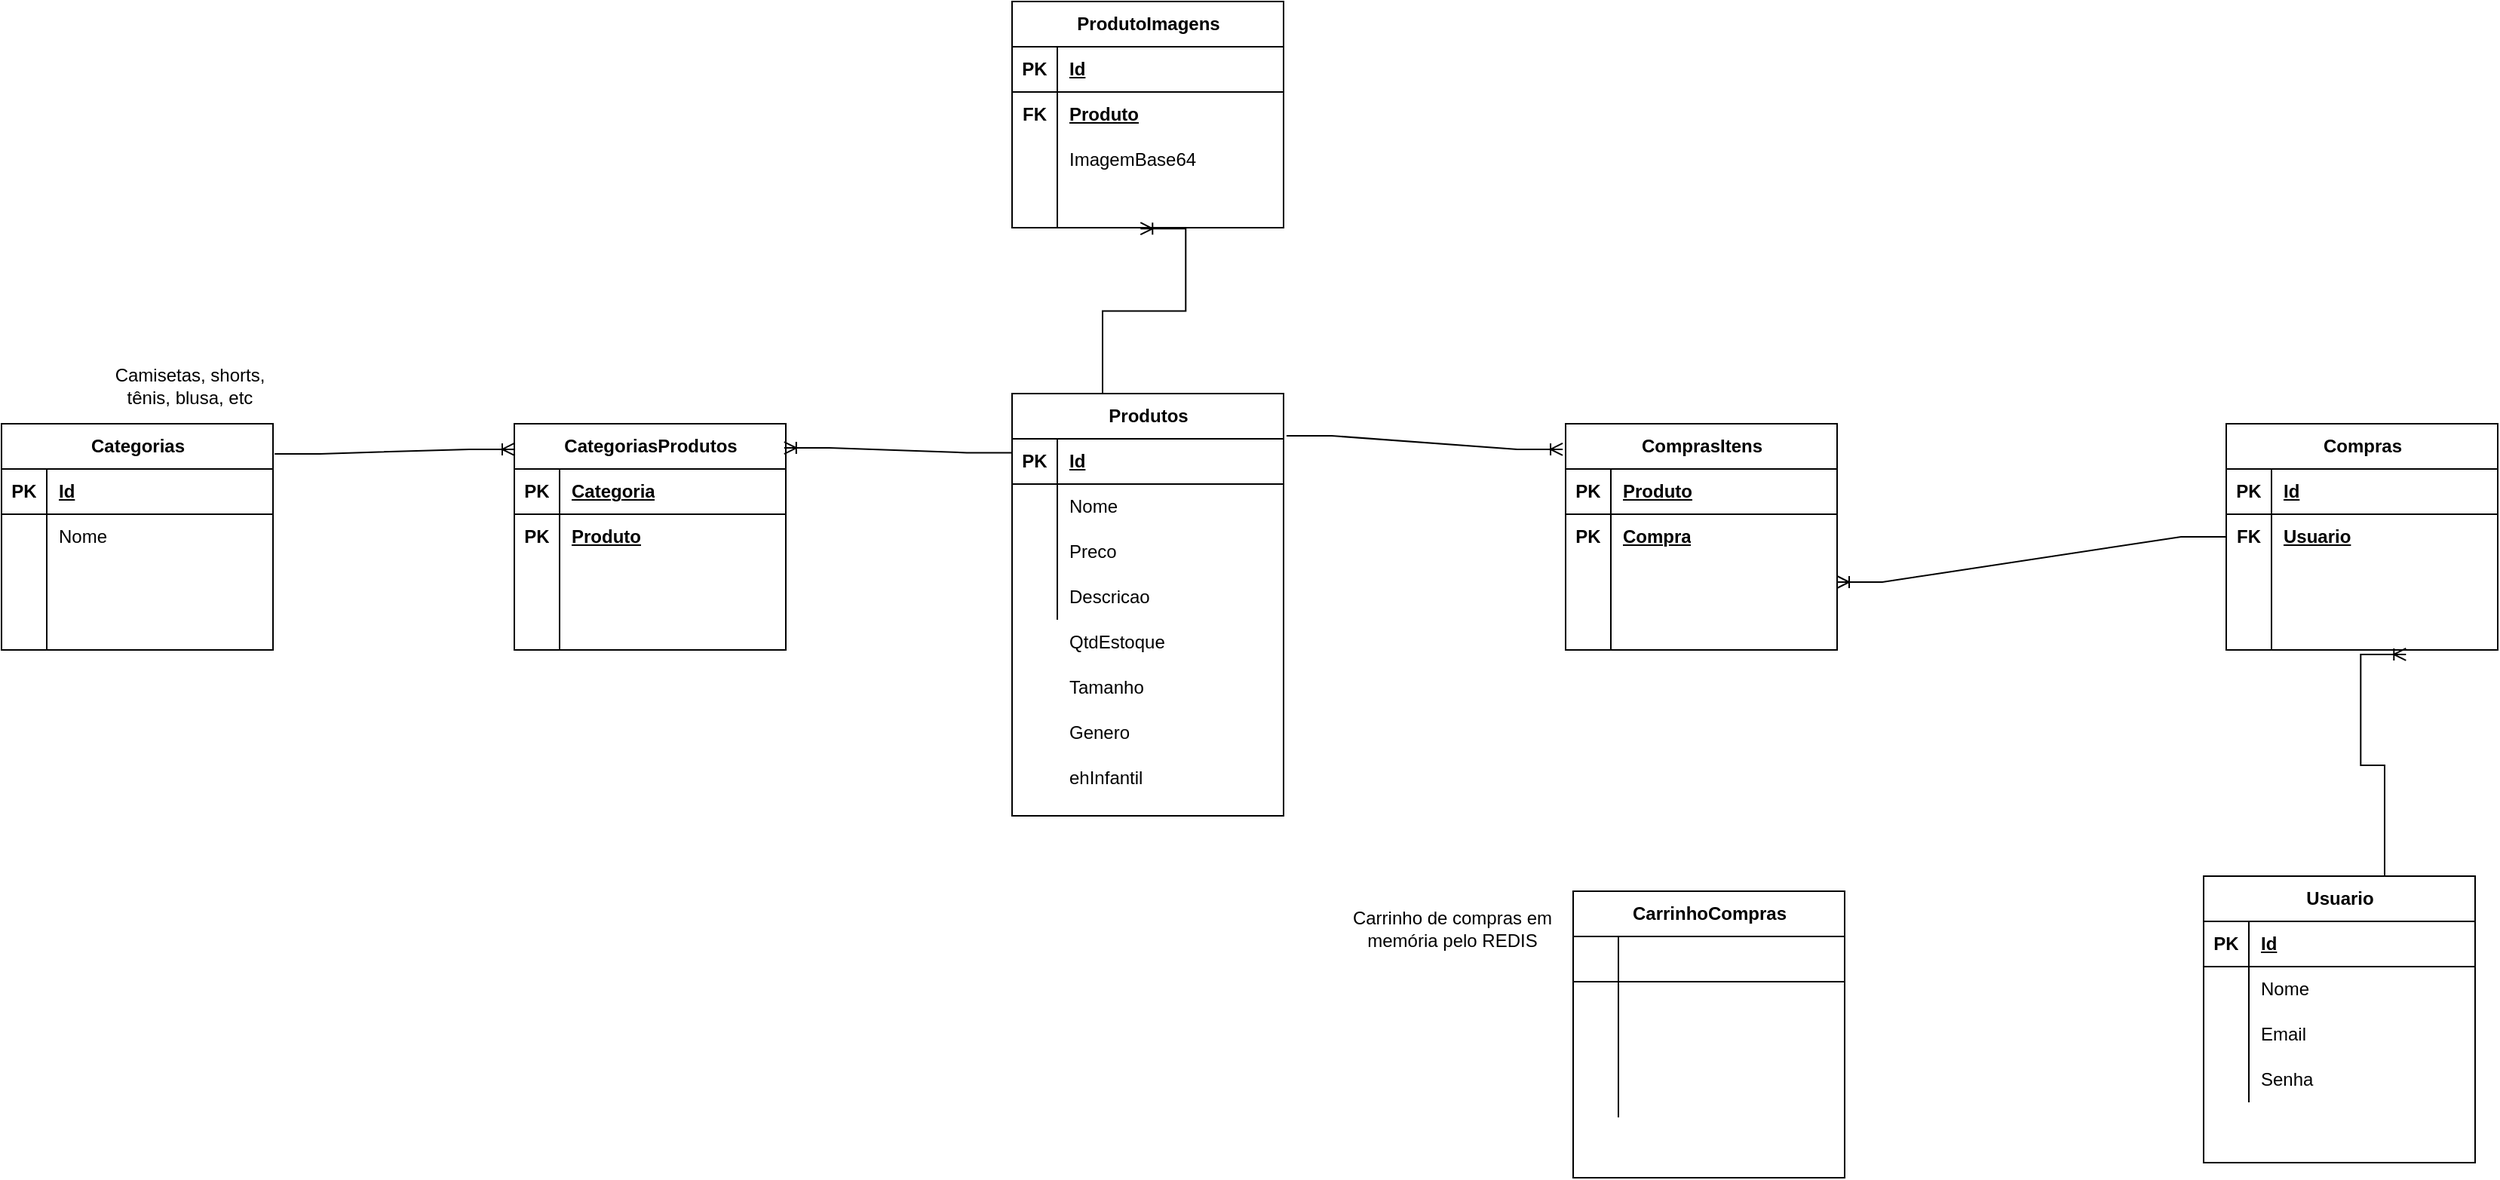
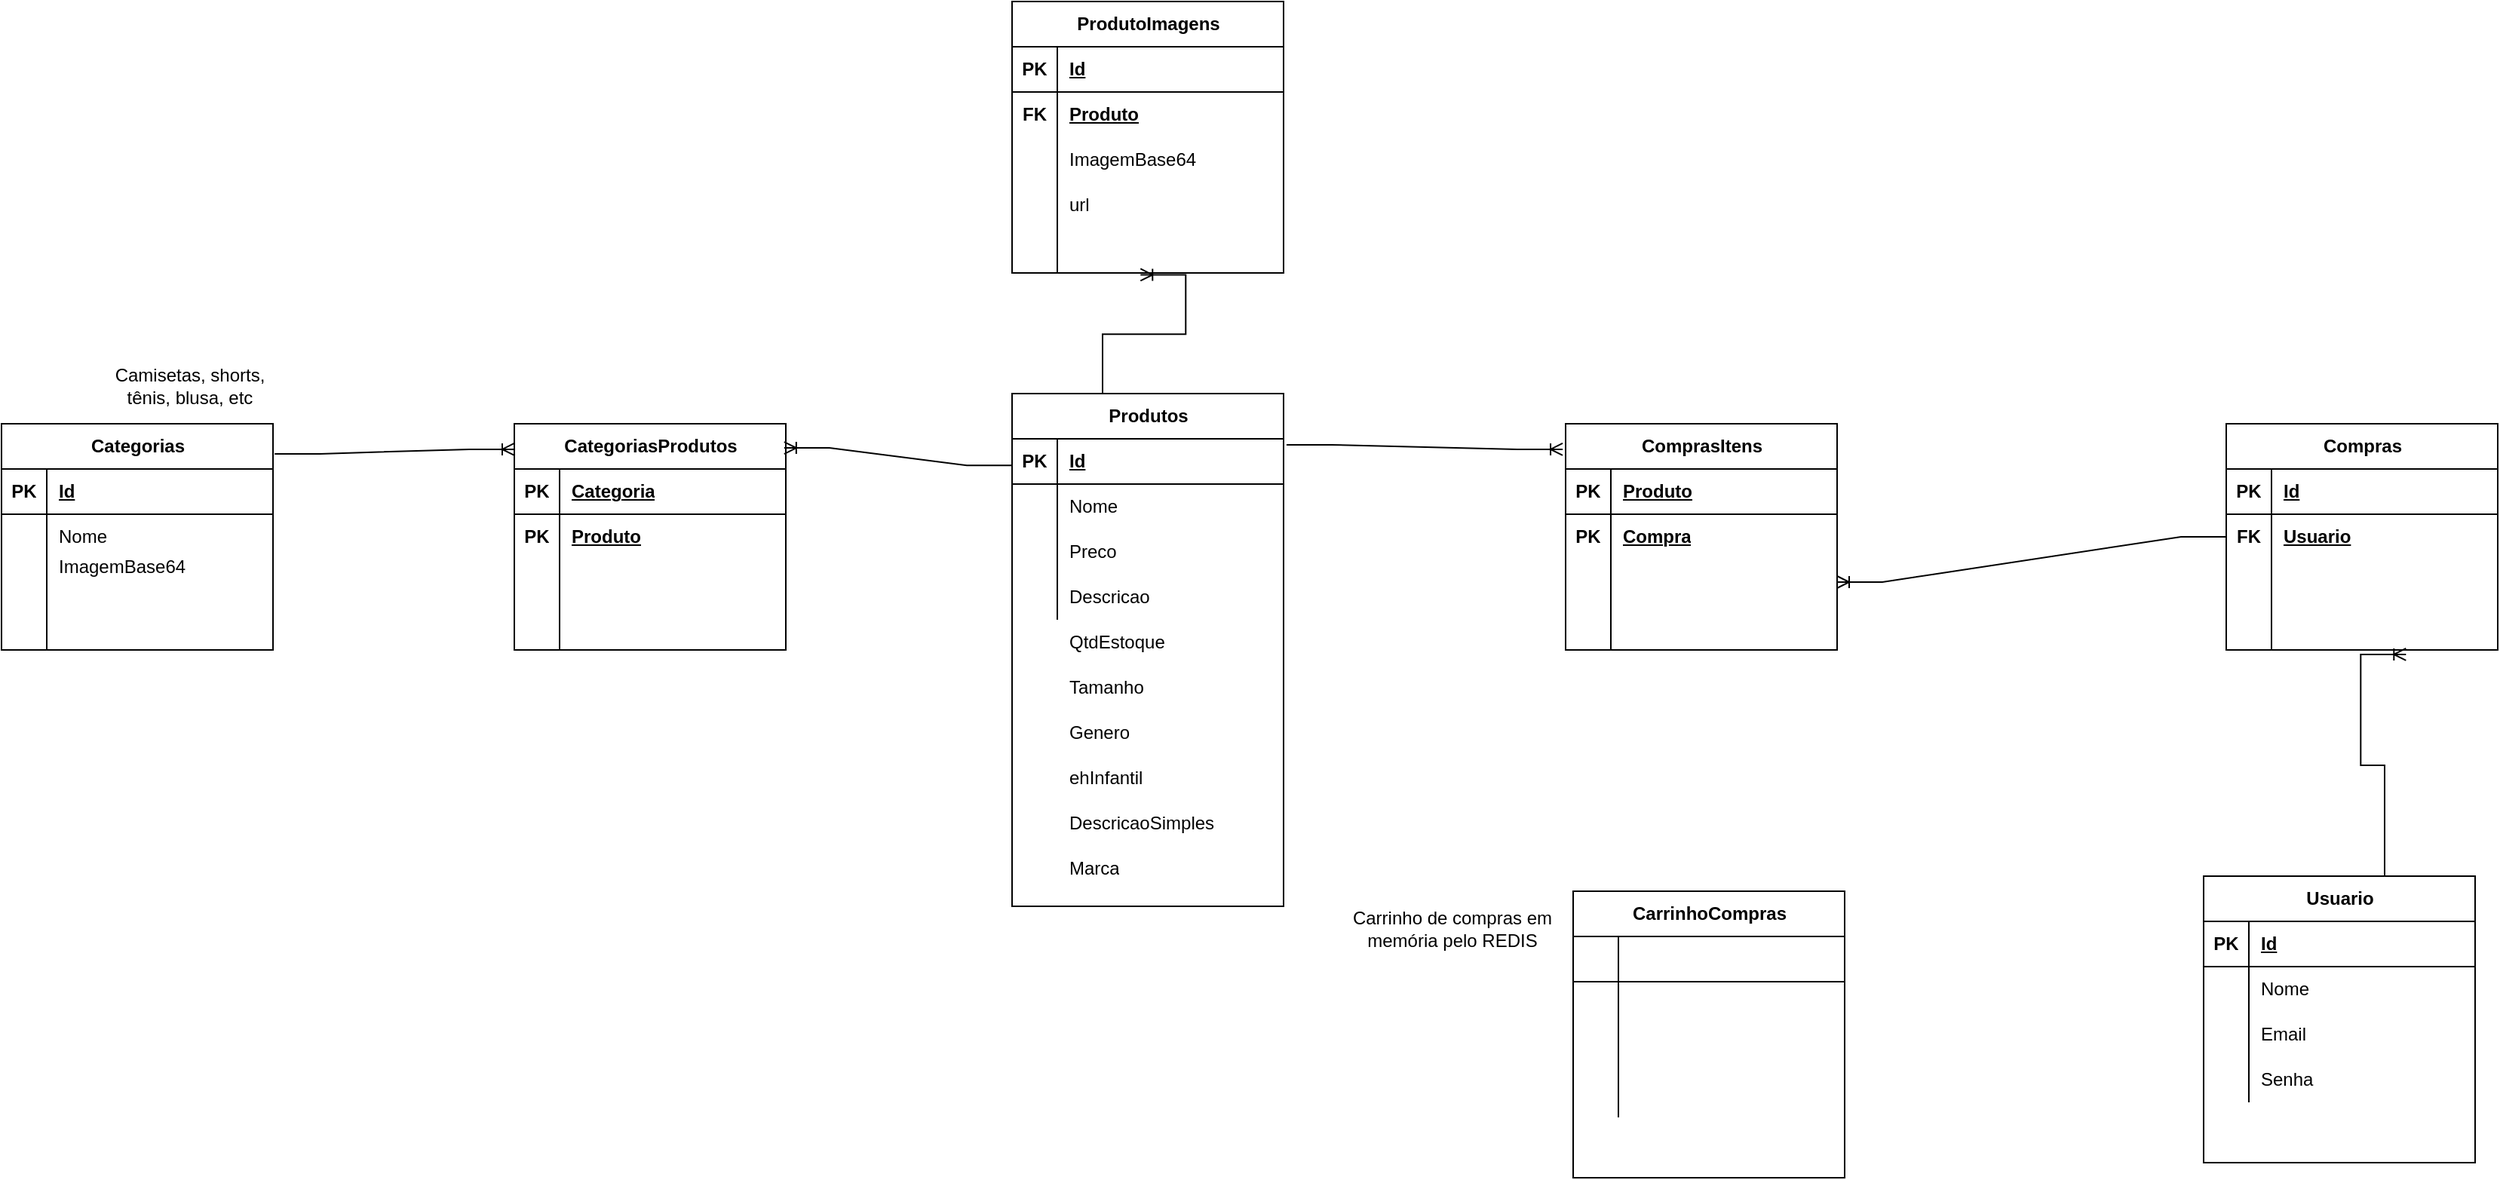
<mxfile host="Electron" agent="Mozilla/5.0 (Windows NT 10.0; Win64; x64) AppleWebKit/537.36 (KHTML, like Gecko) draw.io/27.0.9 Chrome/134.0.6998.205 Electron/35.4.0 Safari/537.36" version="27.0.9">
  <diagram name="Página-1" id="Ui7Bwch2JGEr9qUNOwo4">
-     <mxGraphModel dx="1974" dy="913" grid="1" gridSize="10" guides="1" tooltips="1" connect="1" arrows="1" fold="1" page="1" pageScale="1" pageWidth="827" pageHeight="1169" math="0" shadow="0">
+     <mxGraphModel dx="1917" dy="867" grid="1" gridSize="10" guides="1" tooltips="1" connect="1" arrows="1" fold="1" page="1" pageScale="1" pageWidth="827" pageHeight="1169" math="0" shadow="0">
      <root>
        <mxCell id="0" />
        <mxCell id="1" parent="0" />
        <mxCell id="u1fod5ni-31I_dp44Pcm-1" value="Produtos" style="shape=table;startSize=30;container=1;collapsible=1;childLayout=tableLayout;fixedRows=1;rowLines=0;fontStyle=1;align=center;resizeLast=1;html=1;" parent="1" vertex="1">
-           <mxGeometry x="280" y="340" width="180" height="280" as="geometry" />
+           <mxGeometry x="280" y="340" width="180" height="340" as="geometry" />
        </mxCell>
        <mxCell id="u1fod5ni-31I_dp44Pcm-2" value="" style="shape=tableRow;horizontal=0;startSize=0;swimlaneHead=0;swimlaneBody=0;fillColor=none;collapsible=0;dropTarget=0;points=[[0,0.5],[1,0.5]];portConstraint=eastwest;top=0;left=0;right=0;bottom=1;" parent="u1fod5ni-31I_dp44Pcm-1" vertex="1">
          <mxGeometry y="30" width="180" height="30" as="geometry" />
        </mxCell>
        <mxCell id="u1fod5ni-31I_dp44Pcm-3" value="PK" style="shape=partialRectangle;connectable=0;fillColor=none;top=0;left=0;bottom=0;right=0;fontStyle=1;overflow=hidden;whiteSpace=wrap;html=1;" parent="u1fod5ni-31I_dp44Pcm-2" vertex="1">
          <mxGeometry width="30" height="30" as="geometry">
            <mxRectangle width="30" height="30" as="alternateBounds" />
          </mxGeometry>
        </mxCell>
        <mxCell id="u1fod5ni-31I_dp44Pcm-4" value="Id" style="shape=partialRectangle;connectable=0;fillColor=none;top=0;left=0;bottom=0;right=0;align=left;spacingLeft=6;fontStyle=5;overflow=hidden;whiteSpace=wrap;html=1;" parent="u1fod5ni-31I_dp44Pcm-2" vertex="1">
          <mxGeometry x="30" width="150" height="30" as="geometry">
            <mxRectangle width="150" height="30" as="alternateBounds" />
          </mxGeometry>
        </mxCell>
        <mxCell id="u1fod5ni-31I_dp44Pcm-5" value="" style="shape=tableRow;horizontal=0;startSize=0;swimlaneHead=0;swimlaneBody=0;fillColor=none;collapsible=0;dropTarget=0;points=[[0,0.5],[1,0.5]];portConstraint=eastwest;top=0;left=0;right=0;bottom=0;" parent="u1fod5ni-31I_dp44Pcm-1" vertex="1">
          <mxGeometry y="60" width="180" height="30" as="geometry" />
        </mxCell>
        <mxCell id="u1fod5ni-31I_dp44Pcm-6" value="" style="shape=partialRectangle;connectable=0;fillColor=none;top=0;left=0;bottom=0;right=0;editable=1;overflow=hidden;whiteSpace=wrap;html=1;" parent="u1fod5ni-31I_dp44Pcm-5" vertex="1">
          <mxGeometry width="30" height="30" as="geometry">
            <mxRectangle width="30" height="30" as="alternateBounds" />
          </mxGeometry>
        </mxCell>
        <mxCell id="u1fod5ni-31I_dp44Pcm-7" value="Nome" style="shape=partialRectangle;connectable=0;fillColor=none;top=0;left=0;bottom=0;right=0;align=left;spacingLeft=6;overflow=hidden;whiteSpace=wrap;html=1;" parent="u1fod5ni-31I_dp44Pcm-5" vertex="1">
          <mxGeometry x="30" width="150" height="30" as="geometry">
            <mxRectangle width="150" height="30" as="alternateBounds" />
          </mxGeometry>
        </mxCell>
        <mxCell id="u1fod5ni-31I_dp44Pcm-8" value="" style="shape=tableRow;horizontal=0;startSize=0;swimlaneHead=0;swimlaneBody=0;fillColor=none;collapsible=0;dropTarget=0;points=[[0,0.5],[1,0.5]];portConstraint=eastwest;top=0;left=0;right=0;bottom=0;" parent="u1fod5ni-31I_dp44Pcm-1" vertex="1">
          <mxGeometry y="90" width="180" height="30" as="geometry" />
        </mxCell>
        <mxCell id="u1fod5ni-31I_dp44Pcm-9" value="" style="shape=partialRectangle;connectable=0;fillColor=none;top=0;left=0;bottom=0;right=0;editable=1;overflow=hidden;whiteSpace=wrap;html=1;" parent="u1fod5ni-31I_dp44Pcm-8" vertex="1">
          <mxGeometry width="30" height="30" as="geometry">
            <mxRectangle width="30" height="30" as="alternateBounds" />
          </mxGeometry>
        </mxCell>
        <mxCell id="u1fod5ni-31I_dp44Pcm-10" value="" style="shape=partialRectangle;connectable=0;fillColor=none;top=0;left=0;bottom=0;right=0;align=left;spacingLeft=6;overflow=hidden;whiteSpace=wrap;html=1;" parent="u1fod5ni-31I_dp44Pcm-8" vertex="1">
          <mxGeometry x="30" width="150" height="30" as="geometry">
            <mxRectangle width="150" height="30" as="alternateBounds" />
          </mxGeometry>
        </mxCell>
        <mxCell id="u1fod5ni-31I_dp44Pcm-11" value="" style="shape=tableRow;horizontal=0;startSize=0;swimlaneHead=0;swimlaneBody=0;fillColor=none;collapsible=0;dropTarget=0;points=[[0,0.5],[1,0.5]];portConstraint=eastwest;top=0;left=0;right=0;bottom=0;" parent="u1fod5ni-31I_dp44Pcm-1" vertex="1">
          <mxGeometry y="120" width="180" height="30" as="geometry" />
        </mxCell>
        <mxCell id="u1fod5ni-31I_dp44Pcm-12" value="" style="shape=partialRectangle;connectable=0;fillColor=none;top=0;left=0;bottom=0;right=0;editable=1;overflow=hidden;whiteSpace=wrap;html=1;" parent="u1fod5ni-31I_dp44Pcm-11" vertex="1">
          <mxGeometry width="30" height="30" as="geometry">
            <mxRectangle width="30" height="30" as="alternateBounds" />
          </mxGeometry>
        </mxCell>
        <mxCell id="u1fod5ni-31I_dp44Pcm-13" value="" style="shape=partialRectangle;connectable=0;fillColor=none;top=0;left=0;bottom=0;right=0;align=left;spacingLeft=6;overflow=hidden;whiteSpace=wrap;html=1;" parent="u1fod5ni-31I_dp44Pcm-11" vertex="1">
          <mxGeometry x="30" width="150" height="30" as="geometry">
            <mxRectangle width="150" height="30" as="alternateBounds" />
          </mxGeometry>
        </mxCell>
        <mxCell id="u1fod5ni-31I_dp44Pcm-14" value="Categorias" style="shape=table;startSize=30;container=1;collapsible=1;childLayout=tableLayout;fixedRows=1;rowLines=0;fontStyle=1;align=center;resizeLast=1;html=1;" parent="1" vertex="1">
          <mxGeometry x="-390" y="360" width="180" height="150" as="geometry" />
        </mxCell>
        <mxCell id="u1fod5ni-31I_dp44Pcm-15" value="" style="shape=tableRow;horizontal=0;startSize=0;swimlaneHead=0;swimlaneBody=0;fillColor=none;collapsible=0;dropTarget=0;points=[[0,0.5],[1,0.5]];portConstraint=eastwest;top=0;left=0;right=0;bottom=1;" parent="u1fod5ni-31I_dp44Pcm-14" vertex="1">
          <mxGeometry y="30" width="180" height="30" as="geometry" />
        </mxCell>
        <mxCell id="u1fod5ni-31I_dp44Pcm-16" value="PK" style="shape=partialRectangle;connectable=0;fillColor=none;top=0;left=0;bottom=0;right=0;fontStyle=1;overflow=hidden;whiteSpace=wrap;html=1;" parent="u1fod5ni-31I_dp44Pcm-15" vertex="1">
          <mxGeometry width="30" height="30" as="geometry">
            <mxRectangle width="30" height="30" as="alternateBounds" />
          </mxGeometry>
        </mxCell>
        <mxCell id="u1fod5ni-31I_dp44Pcm-17" value="Id" style="shape=partialRectangle;connectable=0;fillColor=none;top=0;left=0;bottom=0;right=0;align=left;spacingLeft=6;fontStyle=5;overflow=hidden;whiteSpace=wrap;html=1;" parent="u1fod5ni-31I_dp44Pcm-15" vertex="1">
          <mxGeometry x="30" width="150" height="30" as="geometry">
            <mxRectangle width="150" height="30" as="alternateBounds" />
          </mxGeometry>
        </mxCell>
        <mxCell id="u1fod5ni-31I_dp44Pcm-18" value="" style="shape=tableRow;horizontal=0;startSize=0;swimlaneHead=0;swimlaneBody=0;fillColor=none;collapsible=0;dropTarget=0;points=[[0,0.5],[1,0.5]];portConstraint=eastwest;top=0;left=0;right=0;bottom=0;" parent="u1fod5ni-31I_dp44Pcm-14" vertex="1">
          <mxGeometry y="60" width="180" height="30" as="geometry" />
        </mxCell>
        <mxCell id="u1fod5ni-31I_dp44Pcm-19" value="" style="shape=partialRectangle;connectable=0;fillColor=none;top=0;left=0;bottom=0;right=0;editable=1;overflow=hidden;whiteSpace=wrap;html=1;" parent="u1fod5ni-31I_dp44Pcm-18" vertex="1">
          <mxGeometry width="30" height="30" as="geometry">
            <mxRectangle width="30" height="30" as="alternateBounds" />
          </mxGeometry>
        </mxCell>
        <mxCell id="u1fod5ni-31I_dp44Pcm-20" value="Nome" style="shape=partialRectangle;connectable=0;fillColor=none;top=0;left=0;bottom=0;right=0;align=left;spacingLeft=6;overflow=hidden;whiteSpace=wrap;html=1;" parent="u1fod5ni-31I_dp44Pcm-18" vertex="1">
          <mxGeometry x="30" width="150" height="30" as="geometry">
            <mxRectangle width="150" height="30" as="alternateBounds" />
          </mxGeometry>
        </mxCell>
        <mxCell id="u1fod5ni-31I_dp44Pcm-21" value="" style="shape=tableRow;horizontal=0;startSize=0;swimlaneHead=0;swimlaneBody=0;fillColor=none;collapsible=0;dropTarget=0;points=[[0,0.5],[1,0.5]];portConstraint=eastwest;top=0;left=0;right=0;bottom=0;" parent="u1fod5ni-31I_dp44Pcm-14" vertex="1">
          <mxGeometry y="90" width="180" height="30" as="geometry" />
        </mxCell>
        <mxCell id="u1fod5ni-31I_dp44Pcm-22" value="" style="shape=partialRectangle;connectable=0;fillColor=none;top=0;left=0;bottom=0;right=0;editable=1;overflow=hidden;whiteSpace=wrap;html=1;" parent="u1fod5ni-31I_dp44Pcm-21" vertex="1">
          <mxGeometry width="30" height="30" as="geometry">
            <mxRectangle width="30" height="30" as="alternateBounds" />
          </mxGeometry>
        </mxCell>
        <mxCell id="u1fod5ni-31I_dp44Pcm-23" value="" style="shape=partialRectangle;connectable=0;fillColor=none;top=0;left=0;bottom=0;right=0;align=left;spacingLeft=6;overflow=hidden;whiteSpace=wrap;html=1;" parent="u1fod5ni-31I_dp44Pcm-21" vertex="1">
          <mxGeometry x="30" width="150" height="30" as="geometry">
            <mxRectangle width="150" height="30" as="alternateBounds" />
          </mxGeometry>
        </mxCell>
        <mxCell id="u1fod5ni-31I_dp44Pcm-24" value="" style="shape=tableRow;horizontal=0;startSize=0;swimlaneHead=0;swimlaneBody=0;fillColor=none;collapsible=0;dropTarget=0;points=[[0,0.5],[1,0.5]];portConstraint=eastwest;top=0;left=0;right=0;bottom=0;" parent="u1fod5ni-31I_dp44Pcm-14" vertex="1">
          <mxGeometry y="120" width="180" height="30" as="geometry" />
        </mxCell>
        <mxCell id="u1fod5ni-31I_dp44Pcm-25" value="" style="shape=partialRectangle;connectable=0;fillColor=none;top=0;left=0;bottom=0;right=0;editable=1;overflow=hidden;whiteSpace=wrap;html=1;" parent="u1fod5ni-31I_dp44Pcm-24" vertex="1">
          <mxGeometry width="30" height="30" as="geometry">
            <mxRectangle width="30" height="30" as="alternateBounds" />
          </mxGeometry>
        </mxCell>
        <mxCell id="u1fod5ni-31I_dp44Pcm-26" value="" style="shape=partialRectangle;connectable=0;fillColor=none;top=0;left=0;bottom=0;right=0;align=left;spacingLeft=6;overflow=hidden;whiteSpace=wrap;html=1;" parent="u1fod5ni-31I_dp44Pcm-24" vertex="1">
          <mxGeometry x="30" width="150" height="30" as="geometry">
            <mxRectangle width="150" height="30" as="alternateBounds" />
          </mxGeometry>
        </mxCell>
        <mxCell id="u1fod5ni-31I_dp44Pcm-27" value="CategoriasProdutos" style="shape=table;startSize=30;container=1;collapsible=1;childLayout=tableLayout;fixedRows=1;rowLines=0;fontStyle=1;align=center;resizeLast=1;html=1;" parent="1" vertex="1">
          <mxGeometry x="-50" y="360" width="180" height="150" as="geometry" />
        </mxCell>
        <mxCell id="u1fod5ni-31I_dp44Pcm-28" value="" style="shape=tableRow;horizontal=0;startSize=0;swimlaneHead=0;swimlaneBody=0;fillColor=none;collapsible=0;dropTarget=0;points=[[0,0.5],[1,0.5]];portConstraint=eastwest;top=0;left=0;right=0;bottom=1;" parent="u1fod5ni-31I_dp44Pcm-27" vertex="1">
          <mxGeometry y="30" width="180" height="30" as="geometry" />
        </mxCell>
        <mxCell id="u1fod5ni-31I_dp44Pcm-29" value="PK" style="shape=partialRectangle;connectable=0;fillColor=none;top=0;left=0;bottom=0;right=0;fontStyle=1;overflow=hidden;whiteSpace=wrap;html=1;" parent="u1fod5ni-31I_dp44Pcm-28" vertex="1">
          <mxGeometry width="30" height="30" as="geometry">
            <mxRectangle width="30" height="30" as="alternateBounds" />
          </mxGeometry>
        </mxCell>
        <mxCell id="u1fod5ni-31I_dp44Pcm-30" value="Categoria" style="shape=partialRectangle;connectable=0;fillColor=none;top=0;left=0;bottom=0;right=0;align=left;spacingLeft=6;fontStyle=5;overflow=hidden;whiteSpace=wrap;html=1;" parent="u1fod5ni-31I_dp44Pcm-28" vertex="1">
          <mxGeometry x="30" width="150" height="30" as="geometry">
            <mxRectangle width="150" height="30" as="alternateBounds" />
          </mxGeometry>
        </mxCell>
        <mxCell id="u1fod5ni-31I_dp44Pcm-31" value="" style="shape=tableRow;horizontal=0;startSize=0;swimlaneHead=0;swimlaneBody=0;fillColor=none;collapsible=0;dropTarget=0;points=[[0,0.5],[1,0.5]];portConstraint=eastwest;top=0;left=0;right=0;bottom=0;" parent="u1fod5ni-31I_dp44Pcm-27" vertex="1">
          <mxGeometry y="60" width="180" height="30" as="geometry" />
        </mxCell>
        <mxCell id="u1fod5ni-31I_dp44Pcm-32" value="" style="shape=partialRectangle;connectable=0;fillColor=none;top=0;left=0;bottom=0;right=0;editable=1;overflow=hidden;whiteSpace=wrap;html=1;" parent="u1fod5ni-31I_dp44Pcm-31" vertex="1">
          <mxGeometry width="30" height="30" as="geometry">
            <mxRectangle width="30" height="30" as="alternateBounds" />
          </mxGeometry>
        </mxCell>
        <mxCell id="u1fod5ni-31I_dp44Pcm-33" value="" style="shape=partialRectangle;connectable=0;fillColor=none;top=0;left=0;bottom=0;right=0;align=left;spacingLeft=6;overflow=hidden;whiteSpace=wrap;html=1;" parent="u1fod5ni-31I_dp44Pcm-31" vertex="1">
          <mxGeometry x="30" width="150" height="30" as="geometry">
            <mxRectangle width="150" height="30" as="alternateBounds" />
          </mxGeometry>
        </mxCell>
        <mxCell id="u1fod5ni-31I_dp44Pcm-34" value="" style="shape=tableRow;horizontal=0;startSize=0;swimlaneHead=0;swimlaneBody=0;fillColor=none;collapsible=0;dropTarget=0;points=[[0,0.5],[1,0.5]];portConstraint=eastwest;top=0;left=0;right=0;bottom=0;" parent="u1fod5ni-31I_dp44Pcm-27" vertex="1">
          <mxGeometry y="90" width="180" height="30" as="geometry" />
        </mxCell>
        <mxCell id="u1fod5ni-31I_dp44Pcm-35" value="" style="shape=partialRectangle;connectable=0;fillColor=none;top=0;left=0;bottom=0;right=0;editable=1;overflow=hidden;whiteSpace=wrap;html=1;" parent="u1fod5ni-31I_dp44Pcm-34" vertex="1">
          <mxGeometry width="30" height="30" as="geometry">
            <mxRectangle width="30" height="30" as="alternateBounds" />
          </mxGeometry>
        </mxCell>
        <mxCell id="u1fod5ni-31I_dp44Pcm-36" value="" style="shape=partialRectangle;connectable=0;fillColor=none;top=0;left=0;bottom=0;right=0;align=left;spacingLeft=6;overflow=hidden;whiteSpace=wrap;html=1;" parent="u1fod5ni-31I_dp44Pcm-34" vertex="1">
          <mxGeometry x="30" width="150" height="30" as="geometry">
            <mxRectangle width="150" height="30" as="alternateBounds" />
          </mxGeometry>
        </mxCell>
        <mxCell id="u1fod5ni-31I_dp44Pcm-37" value="" style="shape=tableRow;horizontal=0;startSize=0;swimlaneHead=0;swimlaneBody=0;fillColor=none;collapsible=0;dropTarget=0;points=[[0,0.5],[1,0.5]];portConstraint=eastwest;top=0;left=0;right=0;bottom=0;" parent="u1fod5ni-31I_dp44Pcm-27" vertex="1">
          <mxGeometry y="120" width="180" height="30" as="geometry" />
        </mxCell>
        <mxCell id="u1fod5ni-31I_dp44Pcm-38" value="" style="shape=partialRectangle;connectable=0;fillColor=none;top=0;left=0;bottom=0;right=0;editable=1;overflow=hidden;whiteSpace=wrap;html=1;" parent="u1fod5ni-31I_dp44Pcm-37" vertex="1">
          <mxGeometry width="30" height="30" as="geometry">
            <mxRectangle width="30" height="30" as="alternateBounds" />
          </mxGeometry>
        </mxCell>
        <mxCell id="u1fod5ni-31I_dp44Pcm-39" value="" style="shape=partialRectangle;connectable=0;fillColor=none;top=0;left=0;bottom=0;right=0;align=left;spacingLeft=6;overflow=hidden;whiteSpace=wrap;html=1;" parent="u1fod5ni-31I_dp44Pcm-37" vertex="1">
          <mxGeometry x="30" width="150" height="30" as="geometry">
            <mxRectangle width="150" height="30" as="alternateBounds" />
          </mxGeometry>
        </mxCell>
        <mxCell id="u1fod5ni-31I_dp44Pcm-41" value="Produto" style="shape=partialRectangle;connectable=0;fillColor=none;top=0;left=0;bottom=0;right=0;align=left;spacingLeft=6;fontStyle=5;overflow=hidden;whiteSpace=wrap;html=1;" parent="1" vertex="1">
          <mxGeometry x="-20" y="420" width="150" height="30" as="geometry">
            <mxRectangle width="150" height="30" as="alternateBounds" />
          </mxGeometry>
        </mxCell>
        <mxCell id="u1fod5ni-31I_dp44Pcm-42" value="PK" style="shape=partialRectangle;connectable=0;fillColor=none;top=0;left=0;bottom=0;right=0;fontStyle=1;overflow=hidden;whiteSpace=wrap;html=1;" parent="1" vertex="1">
          <mxGeometry x="-50" y="420" width="30" height="30" as="geometry">
            <mxRectangle width="30" height="30" as="alternateBounds" />
          </mxGeometry>
        </mxCell>
        <mxCell id="u1fod5ni-31I_dp44Pcm-43" value="" style="edgeStyle=entityRelationEdgeStyle;fontSize=12;html=1;endArrow=ERoneToMany;rounded=0;exitX=1.006;exitY=0.133;exitDx=0;exitDy=0;exitPerimeter=0;entryX=0;entryY=0.113;entryDx=0;entryDy=0;entryPerimeter=0;" parent="1" source="u1fod5ni-31I_dp44Pcm-14" target="u1fod5ni-31I_dp44Pcm-27" edge="1">
          <mxGeometry width="100" height="100" relative="1" as="geometry">
            <mxPoint x="-170" y="485" as="sourcePoint" />
            <mxPoint x="-80" y="378" as="targetPoint" />
            <Array as="points">
              <mxPoint x="-70" y="390" />
            </Array>
          </mxGeometry>
        </mxCell>
        <mxCell id="u1fod5ni-31I_dp44Pcm-44" value="" style="edgeStyle=entityRelationEdgeStyle;fontSize=12;html=1;endArrow=ERoneToMany;rounded=0;exitX=0;exitY=0.14;exitDx=0;exitDy=0;entryX=0.994;entryY=0.107;entryDx=0;entryDy=0;entryPerimeter=0;exitPerimeter=0;" parent="1" source="u1fod5ni-31I_dp44Pcm-1" target="u1fod5ni-31I_dp44Pcm-27" edge="1">
          <mxGeometry width="100" height="100" relative="1" as="geometry">
            <mxPoint x="260" y="576" as="sourcePoint" />
            <mxPoint x="430" y="520" as="targetPoint" />
          </mxGeometry>
        </mxCell>
        <mxCell id="u1fod5ni-31I_dp44Pcm-46" value="Usuario" style="shape=table;startSize=30;container=1;collapsible=1;childLayout=tableLayout;fixedRows=1;rowLines=0;fontStyle=1;align=center;resizeLast=1;html=1;" parent="1" vertex="1">
          <mxGeometry x="1070" y="660" width="180" height="190" as="geometry" />
        </mxCell>
        <mxCell id="u1fod5ni-31I_dp44Pcm-47" value="" style="shape=tableRow;horizontal=0;startSize=0;swimlaneHead=0;swimlaneBody=0;fillColor=none;collapsible=0;dropTarget=0;points=[[0,0.5],[1,0.5]];portConstraint=eastwest;top=0;left=0;right=0;bottom=1;" parent="u1fod5ni-31I_dp44Pcm-46" vertex="1">
          <mxGeometry y="30" width="180" height="30" as="geometry" />
        </mxCell>
        <mxCell id="u1fod5ni-31I_dp44Pcm-48" value="PK" style="shape=partialRectangle;connectable=0;fillColor=none;top=0;left=0;bottom=0;right=0;fontStyle=1;overflow=hidden;whiteSpace=wrap;html=1;" parent="u1fod5ni-31I_dp44Pcm-47" vertex="1">
          <mxGeometry width="30" height="30" as="geometry">
            <mxRectangle width="30" height="30" as="alternateBounds" />
          </mxGeometry>
        </mxCell>
        <mxCell id="u1fod5ni-31I_dp44Pcm-49" value="Id" style="shape=partialRectangle;connectable=0;fillColor=none;top=0;left=0;bottom=0;right=0;align=left;spacingLeft=6;fontStyle=5;overflow=hidden;whiteSpace=wrap;html=1;" parent="u1fod5ni-31I_dp44Pcm-47" vertex="1">
          <mxGeometry x="30" width="150" height="30" as="geometry">
            <mxRectangle width="150" height="30" as="alternateBounds" />
          </mxGeometry>
        </mxCell>
        <mxCell id="u1fod5ni-31I_dp44Pcm-50" value="" style="shape=tableRow;horizontal=0;startSize=0;swimlaneHead=0;swimlaneBody=0;fillColor=none;collapsible=0;dropTarget=0;points=[[0,0.5],[1,0.5]];portConstraint=eastwest;top=0;left=0;right=0;bottom=0;" parent="u1fod5ni-31I_dp44Pcm-46" vertex="1">
          <mxGeometry y="60" width="180" height="30" as="geometry" />
        </mxCell>
        <mxCell id="u1fod5ni-31I_dp44Pcm-51" value="" style="shape=partialRectangle;connectable=0;fillColor=none;top=0;left=0;bottom=0;right=0;editable=1;overflow=hidden;whiteSpace=wrap;html=1;" parent="u1fod5ni-31I_dp44Pcm-50" vertex="1">
          <mxGeometry width="30" height="30" as="geometry">
            <mxRectangle width="30" height="30" as="alternateBounds" />
          </mxGeometry>
        </mxCell>
        <mxCell id="u1fod5ni-31I_dp44Pcm-52" value="Nome" style="shape=partialRectangle;connectable=0;fillColor=none;top=0;left=0;bottom=0;right=0;align=left;spacingLeft=6;overflow=hidden;whiteSpace=wrap;html=1;" parent="u1fod5ni-31I_dp44Pcm-50" vertex="1">
          <mxGeometry x="30" width="150" height="30" as="geometry">
            <mxRectangle width="150" height="30" as="alternateBounds" />
          </mxGeometry>
        </mxCell>
        <mxCell id="u1fod5ni-31I_dp44Pcm-53" value="" style="shape=tableRow;horizontal=0;startSize=0;swimlaneHead=0;swimlaneBody=0;fillColor=none;collapsible=0;dropTarget=0;points=[[0,0.5],[1,0.5]];portConstraint=eastwest;top=0;left=0;right=0;bottom=0;" parent="u1fod5ni-31I_dp44Pcm-46" vertex="1">
          <mxGeometry y="90" width="180" height="30" as="geometry" />
        </mxCell>
        <mxCell id="u1fod5ni-31I_dp44Pcm-54" value="" style="shape=partialRectangle;connectable=0;fillColor=none;top=0;left=0;bottom=0;right=0;editable=1;overflow=hidden;whiteSpace=wrap;html=1;" parent="u1fod5ni-31I_dp44Pcm-53" vertex="1">
          <mxGeometry width="30" height="30" as="geometry">
            <mxRectangle width="30" height="30" as="alternateBounds" />
          </mxGeometry>
        </mxCell>
        <mxCell id="u1fod5ni-31I_dp44Pcm-55" value="" style="shape=partialRectangle;connectable=0;fillColor=none;top=0;left=0;bottom=0;right=0;align=left;spacingLeft=6;overflow=hidden;whiteSpace=wrap;html=1;" parent="u1fod5ni-31I_dp44Pcm-53" vertex="1">
          <mxGeometry x="30" width="150" height="30" as="geometry">
            <mxRectangle width="150" height="30" as="alternateBounds" />
          </mxGeometry>
        </mxCell>
        <mxCell id="u1fod5ni-31I_dp44Pcm-56" value="" style="shape=tableRow;horizontal=0;startSize=0;swimlaneHead=0;swimlaneBody=0;fillColor=none;collapsible=0;dropTarget=0;points=[[0,0.5],[1,0.5]];portConstraint=eastwest;top=0;left=0;right=0;bottom=0;" parent="u1fod5ni-31I_dp44Pcm-46" vertex="1">
          <mxGeometry y="120" width="180" height="30" as="geometry" />
        </mxCell>
        <mxCell id="u1fod5ni-31I_dp44Pcm-57" value="" style="shape=partialRectangle;connectable=0;fillColor=none;top=0;left=0;bottom=0;right=0;editable=1;overflow=hidden;whiteSpace=wrap;html=1;" parent="u1fod5ni-31I_dp44Pcm-56" vertex="1">
          <mxGeometry width="30" height="30" as="geometry">
            <mxRectangle width="30" height="30" as="alternateBounds" />
          </mxGeometry>
        </mxCell>
        <mxCell id="u1fod5ni-31I_dp44Pcm-58" value="" style="shape=partialRectangle;connectable=0;fillColor=none;top=0;left=0;bottom=0;right=0;align=left;spacingLeft=6;overflow=hidden;whiteSpace=wrap;html=1;" parent="u1fod5ni-31I_dp44Pcm-56" vertex="1">
          <mxGeometry x="30" width="150" height="30" as="geometry">
            <mxRectangle width="150" height="30" as="alternateBounds" />
          </mxGeometry>
        </mxCell>
        <mxCell id="u1fod5ni-31I_dp44Pcm-59" value="Email" style="shape=partialRectangle;connectable=0;fillColor=none;top=0;left=0;bottom=0;right=0;align=left;spacingLeft=6;overflow=hidden;whiteSpace=wrap;html=1;" parent="1" vertex="1">
          <mxGeometry x="1100" y="750" width="150" height="30" as="geometry">
            <mxRectangle width="150" height="30" as="alternateBounds" />
          </mxGeometry>
        </mxCell>
        <mxCell id="u1fod5ni-31I_dp44Pcm-60" value="Senha" style="shape=partialRectangle;connectable=0;fillColor=none;top=0;left=0;bottom=0;right=0;align=left;spacingLeft=6;overflow=hidden;whiteSpace=wrap;html=1;" parent="1" vertex="1">
          <mxGeometry x="1100" y="780" width="150" height="30" as="geometry">
            <mxRectangle width="150" height="30" as="alternateBounds" />
          </mxGeometry>
        </mxCell>
        <mxCell id="u1fod5ni-31I_dp44Pcm-61" value="CarrinhoCompras" style="shape=table;startSize=30;container=1;collapsible=1;childLayout=tableLayout;fixedRows=1;rowLines=0;fontStyle=1;align=center;resizeLast=1;html=1;" parent="1" vertex="1">
          <mxGeometry x="652" y="670" width="180" height="190" as="geometry" />
        </mxCell>
        <mxCell id="u1fod5ni-31I_dp44Pcm-62" value="" style="shape=tableRow;horizontal=0;startSize=0;swimlaneHead=0;swimlaneBody=0;fillColor=none;collapsible=0;dropTarget=0;points=[[0,0.5],[1,0.5]];portConstraint=eastwest;top=0;left=0;right=0;bottom=1;" parent="u1fod5ni-31I_dp44Pcm-61" vertex="1">
          <mxGeometry y="30" width="180" height="30" as="geometry" />
        </mxCell>
        <mxCell id="u1fod5ni-31I_dp44Pcm-63" value="" style="shape=partialRectangle;connectable=0;fillColor=none;top=0;left=0;bottom=0;right=0;fontStyle=1;overflow=hidden;whiteSpace=wrap;html=1;" parent="u1fod5ni-31I_dp44Pcm-62" vertex="1">
          <mxGeometry width="30" height="30" as="geometry">
            <mxRectangle width="30" height="30" as="alternateBounds" />
          </mxGeometry>
        </mxCell>
        <mxCell id="u1fod5ni-31I_dp44Pcm-64" value="" style="shape=partialRectangle;connectable=0;fillColor=none;top=0;left=0;bottom=0;right=0;align=left;spacingLeft=6;fontStyle=5;overflow=hidden;whiteSpace=wrap;html=1;" parent="u1fod5ni-31I_dp44Pcm-62" vertex="1">
          <mxGeometry x="30" width="150" height="30" as="geometry">
            <mxRectangle width="150" height="30" as="alternateBounds" />
          </mxGeometry>
        </mxCell>
        <mxCell id="u1fod5ni-31I_dp44Pcm-65" value="" style="shape=tableRow;horizontal=0;startSize=0;swimlaneHead=0;swimlaneBody=0;fillColor=none;collapsible=0;dropTarget=0;points=[[0,0.5],[1,0.5]];portConstraint=eastwest;top=0;left=0;right=0;bottom=0;" parent="u1fod5ni-31I_dp44Pcm-61" vertex="1">
          <mxGeometry y="60" width="180" height="30" as="geometry" />
        </mxCell>
        <mxCell id="u1fod5ni-31I_dp44Pcm-66" value="" style="shape=partialRectangle;connectable=0;fillColor=none;top=0;left=0;bottom=0;right=0;editable=1;overflow=hidden;whiteSpace=wrap;html=1;" parent="u1fod5ni-31I_dp44Pcm-65" vertex="1">
          <mxGeometry width="30" height="30" as="geometry">
            <mxRectangle width="30" height="30" as="alternateBounds" />
          </mxGeometry>
        </mxCell>
        <mxCell id="u1fod5ni-31I_dp44Pcm-67" value="" style="shape=partialRectangle;connectable=0;fillColor=none;top=0;left=0;bottom=0;right=0;align=left;spacingLeft=6;overflow=hidden;whiteSpace=wrap;html=1;" parent="u1fod5ni-31I_dp44Pcm-65" vertex="1">
          <mxGeometry x="30" width="150" height="30" as="geometry">
            <mxRectangle width="150" height="30" as="alternateBounds" />
          </mxGeometry>
        </mxCell>
        <mxCell id="u1fod5ni-31I_dp44Pcm-68" value="" style="shape=tableRow;horizontal=0;startSize=0;swimlaneHead=0;swimlaneBody=0;fillColor=none;collapsible=0;dropTarget=0;points=[[0,0.5],[1,0.5]];portConstraint=eastwest;top=0;left=0;right=0;bottom=0;" parent="u1fod5ni-31I_dp44Pcm-61" vertex="1">
          <mxGeometry y="90" width="180" height="30" as="geometry" />
        </mxCell>
        <mxCell id="u1fod5ni-31I_dp44Pcm-69" value="" style="shape=partialRectangle;connectable=0;fillColor=none;top=0;left=0;bottom=0;right=0;editable=1;overflow=hidden;whiteSpace=wrap;html=1;" parent="u1fod5ni-31I_dp44Pcm-68" vertex="1">
          <mxGeometry width="30" height="30" as="geometry">
            <mxRectangle width="30" height="30" as="alternateBounds" />
          </mxGeometry>
        </mxCell>
        <mxCell id="u1fod5ni-31I_dp44Pcm-70" value="" style="shape=partialRectangle;connectable=0;fillColor=none;top=0;left=0;bottom=0;right=0;align=left;spacingLeft=6;overflow=hidden;whiteSpace=wrap;html=1;" parent="u1fod5ni-31I_dp44Pcm-68" vertex="1">
          <mxGeometry x="30" width="150" height="30" as="geometry">
            <mxRectangle width="150" height="30" as="alternateBounds" />
          </mxGeometry>
        </mxCell>
        <mxCell id="u1fod5ni-31I_dp44Pcm-71" value="" style="shape=tableRow;horizontal=0;startSize=0;swimlaneHead=0;swimlaneBody=0;fillColor=none;collapsible=0;dropTarget=0;points=[[0,0.5],[1,0.5]];portConstraint=eastwest;top=0;left=0;right=0;bottom=0;" parent="u1fod5ni-31I_dp44Pcm-61" vertex="1">
          <mxGeometry y="120" width="180" height="30" as="geometry" />
        </mxCell>
        <mxCell id="u1fod5ni-31I_dp44Pcm-72" value="" style="shape=partialRectangle;connectable=0;fillColor=none;top=0;left=0;bottom=0;right=0;editable=1;overflow=hidden;whiteSpace=wrap;html=1;" parent="u1fod5ni-31I_dp44Pcm-71" vertex="1">
          <mxGeometry width="30" height="30" as="geometry">
            <mxRectangle width="30" height="30" as="alternateBounds" />
          </mxGeometry>
        </mxCell>
        <mxCell id="u1fod5ni-31I_dp44Pcm-73" value="" style="shape=partialRectangle;connectable=0;fillColor=none;top=0;left=0;bottom=0;right=0;align=left;spacingLeft=6;overflow=hidden;whiteSpace=wrap;html=1;" parent="u1fod5ni-31I_dp44Pcm-71" vertex="1">
          <mxGeometry x="30" width="150" height="30" as="geometry">
            <mxRectangle width="150" height="30" as="alternateBounds" />
          </mxGeometry>
        </mxCell>
        <mxCell id="u1fod5ni-31I_dp44Pcm-74" value="Carrinho de compras em memória pelo REDIS" style="text;html=1;align=center;verticalAlign=middle;whiteSpace=wrap;rounded=0;" parent="1" vertex="1">
          <mxGeometry x="492" y="680" width="160" height="30" as="geometry" />
        </mxCell>
        <mxCell id="u1fod5ni-31I_dp44Pcm-76" value="ComprasItens" style="shape=table;startSize=30;container=1;collapsible=1;childLayout=tableLayout;fixedRows=1;rowLines=0;fontStyle=1;align=center;resizeLast=1;html=1;" parent="1" vertex="1">
          <mxGeometry x="647" y="360" width="180" height="150" as="geometry" />
        </mxCell>
        <mxCell id="u1fod5ni-31I_dp44Pcm-77" value="" style="shape=tableRow;horizontal=0;startSize=0;swimlaneHead=0;swimlaneBody=0;fillColor=none;collapsible=0;dropTarget=0;points=[[0,0.5],[1,0.5]];portConstraint=eastwest;top=0;left=0;right=0;bottom=1;" parent="u1fod5ni-31I_dp44Pcm-76" vertex="1">
          <mxGeometry y="30" width="180" height="30" as="geometry" />
        </mxCell>
        <mxCell id="u1fod5ni-31I_dp44Pcm-78" value="PK" style="shape=partialRectangle;connectable=0;fillColor=none;top=0;left=0;bottom=0;right=0;fontStyle=1;overflow=hidden;whiteSpace=wrap;html=1;" parent="u1fod5ni-31I_dp44Pcm-77" vertex="1">
          <mxGeometry width="30" height="30" as="geometry">
            <mxRectangle width="30" height="30" as="alternateBounds" />
          </mxGeometry>
        </mxCell>
        <mxCell id="u1fod5ni-31I_dp44Pcm-79" value="Produto" style="shape=partialRectangle;connectable=0;fillColor=none;top=0;left=0;bottom=0;right=0;align=left;spacingLeft=6;fontStyle=5;overflow=hidden;whiteSpace=wrap;html=1;" parent="u1fod5ni-31I_dp44Pcm-77" vertex="1">
          <mxGeometry x="30" width="150" height="30" as="geometry">
            <mxRectangle width="150" height="30" as="alternateBounds" />
          </mxGeometry>
        </mxCell>
        <mxCell id="u1fod5ni-31I_dp44Pcm-80" value="" style="shape=tableRow;horizontal=0;startSize=0;swimlaneHead=0;swimlaneBody=0;fillColor=none;collapsible=0;dropTarget=0;points=[[0,0.5],[1,0.5]];portConstraint=eastwest;top=0;left=0;right=0;bottom=0;" parent="u1fod5ni-31I_dp44Pcm-76" vertex="1">
          <mxGeometry y="60" width="180" height="30" as="geometry" />
        </mxCell>
        <mxCell id="u1fod5ni-31I_dp44Pcm-81" value="" style="shape=partialRectangle;connectable=0;fillColor=none;top=0;left=0;bottom=0;right=0;editable=1;overflow=hidden;whiteSpace=wrap;html=1;" parent="u1fod5ni-31I_dp44Pcm-80" vertex="1">
          <mxGeometry width="30" height="30" as="geometry">
            <mxRectangle width="30" height="30" as="alternateBounds" />
          </mxGeometry>
        </mxCell>
        <mxCell id="u1fod5ni-31I_dp44Pcm-82" value="" style="shape=partialRectangle;connectable=0;fillColor=none;top=0;left=0;bottom=0;right=0;align=left;spacingLeft=6;overflow=hidden;whiteSpace=wrap;html=1;" parent="u1fod5ni-31I_dp44Pcm-80" vertex="1">
          <mxGeometry x="30" width="150" height="30" as="geometry">
            <mxRectangle width="150" height="30" as="alternateBounds" />
          </mxGeometry>
        </mxCell>
        <mxCell id="u1fod5ni-31I_dp44Pcm-83" value="" style="shape=tableRow;horizontal=0;startSize=0;swimlaneHead=0;swimlaneBody=0;fillColor=none;collapsible=0;dropTarget=0;points=[[0,0.5],[1,0.5]];portConstraint=eastwest;top=0;left=0;right=0;bottom=0;" parent="u1fod5ni-31I_dp44Pcm-76" vertex="1">
          <mxGeometry y="90" width="180" height="30" as="geometry" />
        </mxCell>
        <mxCell id="u1fod5ni-31I_dp44Pcm-84" value="" style="shape=partialRectangle;connectable=0;fillColor=none;top=0;left=0;bottom=0;right=0;editable=1;overflow=hidden;whiteSpace=wrap;html=1;" parent="u1fod5ni-31I_dp44Pcm-83" vertex="1">
          <mxGeometry width="30" height="30" as="geometry">
            <mxRectangle width="30" height="30" as="alternateBounds" />
          </mxGeometry>
        </mxCell>
        <mxCell id="u1fod5ni-31I_dp44Pcm-85" value="" style="shape=partialRectangle;connectable=0;fillColor=none;top=0;left=0;bottom=0;right=0;align=left;spacingLeft=6;overflow=hidden;whiteSpace=wrap;html=1;" parent="u1fod5ni-31I_dp44Pcm-83" vertex="1">
          <mxGeometry x="30" width="150" height="30" as="geometry">
            <mxRectangle width="150" height="30" as="alternateBounds" />
          </mxGeometry>
        </mxCell>
        <mxCell id="u1fod5ni-31I_dp44Pcm-86" value="" style="shape=tableRow;horizontal=0;startSize=0;swimlaneHead=0;swimlaneBody=0;fillColor=none;collapsible=0;dropTarget=0;points=[[0,0.5],[1,0.5]];portConstraint=eastwest;top=0;left=0;right=0;bottom=0;" parent="u1fod5ni-31I_dp44Pcm-76" vertex="1">
          <mxGeometry y="120" width="180" height="30" as="geometry" />
        </mxCell>
        <mxCell id="u1fod5ni-31I_dp44Pcm-87" value="" style="shape=partialRectangle;connectable=0;fillColor=none;top=0;left=0;bottom=0;right=0;editable=1;overflow=hidden;whiteSpace=wrap;html=1;" parent="u1fod5ni-31I_dp44Pcm-86" vertex="1">
          <mxGeometry width="30" height="30" as="geometry">
            <mxRectangle width="30" height="30" as="alternateBounds" />
          </mxGeometry>
        </mxCell>
        <mxCell id="u1fod5ni-31I_dp44Pcm-88" value="" style="shape=partialRectangle;connectable=0;fillColor=none;top=0;left=0;bottom=0;right=0;align=left;spacingLeft=6;overflow=hidden;whiteSpace=wrap;html=1;" parent="u1fod5ni-31I_dp44Pcm-86" vertex="1">
          <mxGeometry x="30" width="150" height="30" as="geometry">
            <mxRectangle width="150" height="30" as="alternateBounds" />
          </mxGeometry>
        </mxCell>
        <mxCell id="u1fod5ni-31I_dp44Pcm-91" value="" style="edgeStyle=entityRelationEdgeStyle;fontSize=12;html=1;endArrow=ERoneToMany;rounded=0;exitX=1.011;exitY=0.1;exitDx=0;exitDy=0;entryX=-0.011;entryY=0.113;entryDx=0;entryDy=0;entryPerimeter=0;exitPerimeter=0;" parent="1" source="u1fod5ni-31I_dp44Pcm-1" target="u1fod5ni-31I_dp44Pcm-76" edge="1">
          <mxGeometry width="100" height="100" relative="1" as="geometry">
            <mxPoint x="671" y="535" as="sourcePoint" />
            <mxPoint x="520" y="530" as="targetPoint" />
          </mxGeometry>
        </mxCell>
        <mxCell id="u1fod5ni-31I_dp44Pcm-92" value="" style="edgeStyle=entityRelationEdgeStyle;fontSize=12;html=1;endArrow=ERoneToMany;rounded=0;exitX=0.5;exitY=0;exitDx=0;exitDy=0;entryX=0.662;entryY=1.098;entryDx=0;entryDy=0;entryPerimeter=0;" parent="1" source="u1fod5ni-31I_dp44Pcm-46" target="u1fod5ni-31I_dp44Pcm-122" edge="1">
          <mxGeometry width="100" height="100" relative="1" as="geometry">
            <mxPoint x="550" y="570" as="sourcePoint" />
            <mxPoint x="733" y="572" as="targetPoint" />
          </mxGeometry>
        </mxCell>
        <mxCell id="u1fod5ni-31I_dp44Pcm-93" value="Preco" style="shape=partialRectangle;connectable=0;fillColor=none;top=0;left=0;bottom=0;right=0;align=left;spacingLeft=6;overflow=hidden;whiteSpace=wrap;html=1;" parent="1" vertex="1">
          <mxGeometry x="310" y="430" width="150" height="30" as="geometry">
            <mxRectangle width="150" height="30" as="alternateBounds" />
          </mxGeometry>
        </mxCell>
        <mxCell id="u1fod5ni-31I_dp44Pcm-94" value="Descricao" style="shape=partialRectangle;connectable=0;fillColor=none;top=0;left=0;bottom=0;right=0;align=left;spacingLeft=6;overflow=hidden;whiteSpace=wrap;html=1;" parent="1" vertex="1">
          <mxGeometry x="310" y="460" width="150" height="30" as="geometry">
            <mxRectangle width="150" height="30" as="alternateBounds" />
          </mxGeometry>
        </mxCell>
        <mxCell id="u1fod5ni-31I_dp44Pcm-95" value="ProdutoImagens" style="shape=table;startSize=30;container=1;collapsible=1;childLayout=tableLayout;fixedRows=1;rowLines=0;fontStyle=1;align=center;resizeLast=1;html=1;" parent="1" vertex="1">
-           <mxGeometry x="280" y="80" width="180" height="150" as="geometry" />
+           <mxGeometry x="280" y="80" width="180" height="180" as="geometry" />
        </mxCell>
        <mxCell id="u1fod5ni-31I_dp44Pcm-96" value="" style="shape=tableRow;horizontal=0;startSize=0;swimlaneHead=0;swimlaneBody=0;fillColor=none;collapsible=0;dropTarget=0;points=[[0,0.5],[1,0.5]];portConstraint=eastwest;top=0;left=0;right=0;bottom=1;" parent="u1fod5ni-31I_dp44Pcm-95" vertex="1">
          <mxGeometry y="30" width="180" height="30" as="geometry" />
        </mxCell>
        <mxCell id="u1fod5ni-31I_dp44Pcm-97" value="PK" style="shape=partialRectangle;connectable=0;fillColor=none;top=0;left=0;bottom=0;right=0;fontStyle=1;overflow=hidden;whiteSpace=wrap;html=1;" parent="u1fod5ni-31I_dp44Pcm-96" vertex="1">
          <mxGeometry width="30" height="30" as="geometry">
            <mxRectangle width="30" height="30" as="alternateBounds" />
          </mxGeometry>
        </mxCell>
        <mxCell id="u1fod5ni-31I_dp44Pcm-98" value="Id" style="shape=partialRectangle;connectable=0;fillColor=none;top=0;left=0;bottom=0;right=0;align=left;spacingLeft=6;fontStyle=5;overflow=hidden;whiteSpace=wrap;html=1;" parent="u1fod5ni-31I_dp44Pcm-96" vertex="1">
          <mxGeometry x="30" width="150" height="30" as="geometry">
            <mxRectangle width="150" height="30" as="alternateBounds" />
          </mxGeometry>
        </mxCell>
        <mxCell id="u1fod5ni-31I_dp44Pcm-99" value="" style="shape=tableRow;horizontal=0;startSize=0;swimlaneHead=0;swimlaneBody=0;fillColor=none;collapsible=0;dropTarget=0;points=[[0,0.5],[1,0.5]];portConstraint=eastwest;top=0;left=0;right=0;bottom=0;" parent="u1fod5ni-31I_dp44Pcm-95" vertex="1">
          <mxGeometry y="60" width="180" height="30" as="geometry" />
        </mxCell>
        <mxCell id="u1fod5ni-31I_dp44Pcm-100" value="" style="shape=partialRectangle;connectable=0;fillColor=none;top=0;left=0;bottom=0;right=0;editable=1;overflow=hidden;whiteSpace=wrap;html=1;" parent="u1fod5ni-31I_dp44Pcm-99" vertex="1">
          <mxGeometry width="30" height="30" as="geometry">
            <mxRectangle width="30" height="30" as="alternateBounds" />
          </mxGeometry>
        </mxCell>
        <mxCell id="u1fod5ni-31I_dp44Pcm-101" value="" style="shape=partialRectangle;connectable=0;fillColor=none;top=0;left=0;bottom=0;right=0;align=left;spacingLeft=6;overflow=hidden;whiteSpace=wrap;html=1;" parent="u1fod5ni-31I_dp44Pcm-99" vertex="1">
          <mxGeometry x="30" width="150" height="30" as="geometry">
            <mxRectangle width="150" height="30" as="alternateBounds" />
          </mxGeometry>
        </mxCell>
        <mxCell id="u1fod5ni-31I_dp44Pcm-102" value="" style="shape=tableRow;horizontal=0;startSize=0;swimlaneHead=0;swimlaneBody=0;fillColor=none;collapsible=0;dropTarget=0;points=[[0,0.5],[1,0.5]];portConstraint=eastwest;top=0;left=0;right=0;bottom=0;" parent="u1fod5ni-31I_dp44Pcm-95" vertex="1">
          <mxGeometry y="90" width="180" height="30" as="geometry" />
        </mxCell>
        <mxCell id="u1fod5ni-31I_dp44Pcm-103" value="" style="shape=partialRectangle;connectable=0;fillColor=none;top=0;left=0;bottom=0;right=0;editable=1;overflow=hidden;whiteSpace=wrap;html=1;" parent="u1fod5ni-31I_dp44Pcm-102" vertex="1">
          <mxGeometry width="30" height="30" as="geometry">
            <mxRectangle width="30" height="30" as="alternateBounds" />
          </mxGeometry>
        </mxCell>
        <mxCell id="u1fod5ni-31I_dp44Pcm-104" value="" style="shape=partialRectangle;connectable=0;fillColor=none;top=0;left=0;bottom=0;right=0;align=left;spacingLeft=6;overflow=hidden;whiteSpace=wrap;html=1;" parent="u1fod5ni-31I_dp44Pcm-102" vertex="1">
          <mxGeometry x="30" width="150" height="30" as="geometry">
            <mxRectangle width="150" height="30" as="alternateBounds" />
          </mxGeometry>
        </mxCell>
        <mxCell id="u1fod5ni-31I_dp44Pcm-105" value="" style="shape=tableRow;horizontal=0;startSize=0;swimlaneHead=0;swimlaneBody=0;fillColor=none;collapsible=0;dropTarget=0;points=[[0,0.5],[1,0.5]];portConstraint=eastwest;top=0;left=0;right=0;bottom=0;" parent="u1fod5ni-31I_dp44Pcm-95" vertex="1">
-           <mxGeometry y="120" width="180" height="30" as="geometry" />
+           <mxGeometry y="120" width="180" height="60" as="geometry" />
        </mxCell>
        <mxCell id="u1fod5ni-31I_dp44Pcm-106" value="" style="shape=partialRectangle;connectable=0;fillColor=none;top=0;left=0;bottom=0;right=0;editable=1;overflow=hidden;whiteSpace=wrap;html=1;" parent="u1fod5ni-31I_dp44Pcm-105" vertex="1">
-           <mxGeometry width="30" height="30" as="geometry">
-             <mxRectangle width="30" height="30" as="alternateBounds" />
+           <mxGeometry width="30" height="60" as="geometry">
+             <mxRectangle width="30" height="60" as="alternateBounds" />
          </mxGeometry>
        </mxCell>
        <mxCell id="u1fod5ni-31I_dp44Pcm-107" value="" style="shape=partialRectangle;connectable=0;fillColor=none;top=0;left=0;bottom=0;right=0;align=left;spacingLeft=6;overflow=hidden;whiteSpace=wrap;html=1;" parent="u1fod5ni-31I_dp44Pcm-105" vertex="1">
-           <mxGeometry x="30" width="150" height="30" as="geometry">
-             <mxRectangle width="150" height="30" as="alternateBounds" />
+           <mxGeometry x="30" width="150" height="60" as="geometry">
+             <mxRectangle width="150" height="60" as="alternateBounds" />
          </mxGeometry>
        </mxCell>
        <mxCell id="u1fod5ni-31I_dp44Pcm-108" value="FK" style="shape=partialRectangle;connectable=0;fillColor=none;top=0;left=0;bottom=0;right=0;fontStyle=1;overflow=hidden;whiteSpace=wrap;html=1;" parent="1" vertex="1">
          <mxGeometry x="280" y="140" width="30" height="30" as="geometry">
            <mxRectangle width="30" height="30" as="alternateBounds" />
          </mxGeometry>
        </mxCell>
        <mxCell id="u1fod5ni-31I_dp44Pcm-109" value="Produto" style="shape=partialRectangle;connectable=0;fillColor=none;top=0;left=0;bottom=0;right=0;align=left;spacingLeft=6;fontStyle=5;overflow=hidden;whiteSpace=wrap;html=1;" parent="1" vertex="1">
          <mxGeometry x="310" y="140" width="150" height="30" as="geometry">
            <mxRectangle width="150" height="30" as="alternateBounds" />
          </mxGeometry>
        </mxCell>
        <mxCell id="u1fod5ni-31I_dp44Pcm-110" value="ImagemBase64" style="shape=partialRectangle;connectable=0;fillColor=none;top=0;left=0;bottom=0;right=0;align=left;spacingLeft=6;overflow=hidden;whiteSpace=wrap;html=1;" parent="1" vertex="1">
          <mxGeometry x="310" y="170" width="150" height="30" as="geometry">
            <mxRectangle width="150" height="30" as="alternateBounds" />
          </mxGeometry>
        </mxCell>
        <mxCell id="u1fod5ni-31I_dp44Pcm-111" value="" style="edgeStyle=entityRelationEdgeStyle;fontSize=12;html=1;endArrow=ERoneToMany;rounded=0;exitX=0.5;exitY=0;exitDx=0;exitDy=0;entryX=0.473;entryY=1.02;entryDx=0;entryDy=0;entryPerimeter=0;" parent="1" source="u1fod5ni-31I_dp44Pcm-1" target="u1fod5ni-31I_dp44Pcm-105" edge="1">
          <mxGeometry width="100" height="100" relative="1" as="geometry">
            <mxPoint x="481" y="303" as="sourcePoint" />
            <mxPoint x="330" y="290" as="targetPoint" />
          </mxGeometry>
        </mxCell>
        <mxCell id="u1fod5ni-31I_dp44Pcm-112" value="Compras" style="shape=table;startSize=30;container=1;collapsible=1;childLayout=tableLayout;fixedRows=1;rowLines=0;fontStyle=1;align=center;resizeLast=1;html=1;" parent="1" vertex="1">
          <mxGeometry x="1085" y="360" width="180" height="150" as="geometry" />
        </mxCell>
        <mxCell id="u1fod5ni-31I_dp44Pcm-113" value="" style="shape=tableRow;horizontal=0;startSize=0;swimlaneHead=0;swimlaneBody=0;fillColor=none;collapsible=0;dropTarget=0;points=[[0,0.5],[1,0.5]];portConstraint=eastwest;top=0;left=0;right=0;bottom=1;" parent="u1fod5ni-31I_dp44Pcm-112" vertex="1">
          <mxGeometry y="30" width="180" height="30" as="geometry" />
        </mxCell>
        <mxCell id="u1fod5ni-31I_dp44Pcm-114" value="PK" style="shape=partialRectangle;connectable=0;fillColor=none;top=0;left=0;bottom=0;right=0;fontStyle=1;overflow=hidden;whiteSpace=wrap;html=1;" parent="u1fod5ni-31I_dp44Pcm-113" vertex="1">
          <mxGeometry width="30" height="30" as="geometry">
            <mxRectangle width="30" height="30" as="alternateBounds" />
          </mxGeometry>
        </mxCell>
        <mxCell id="u1fod5ni-31I_dp44Pcm-115" value="Id" style="shape=partialRectangle;connectable=0;fillColor=none;top=0;left=0;bottom=0;right=0;align=left;spacingLeft=6;fontStyle=5;overflow=hidden;whiteSpace=wrap;html=1;" parent="u1fod5ni-31I_dp44Pcm-113" vertex="1">
          <mxGeometry x="30" width="150" height="30" as="geometry">
            <mxRectangle width="150" height="30" as="alternateBounds" />
          </mxGeometry>
        </mxCell>
        <mxCell id="u1fod5ni-31I_dp44Pcm-116" value="" style="shape=tableRow;horizontal=0;startSize=0;swimlaneHead=0;swimlaneBody=0;fillColor=none;collapsible=0;dropTarget=0;points=[[0,0.5],[1,0.5]];portConstraint=eastwest;top=0;left=0;right=0;bottom=0;" parent="u1fod5ni-31I_dp44Pcm-112" vertex="1">
          <mxGeometry y="60" width="180" height="30" as="geometry" />
        </mxCell>
        <mxCell id="u1fod5ni-31I_dp44Pcm-117" value="" style="shape=partialRectangle;connectable=0;fillColor=none;top=0;left=0;bottom=0;right=0;editable=1;overflow=hidden;whiteSpace=wrap;html=1;" parent="u1fod5ni-31I_dp44Pcm-116" vertex="1">
          <mxGeometry width="30" height="30" as="geometry">
            <mxRectangle width="30" height="30" as="alternateBounds" />
          </mxGeometry>
        </mxCell>
        <mxCell id="u1fod5ni-31I_dp44Pcm-118" value="" style="shape=partialRectangle;connectable=0;fillColor=none;top=0;left=0;bottom=0;right=0;align=left;spacingLeft=6;overflow=hidden;whiteSpace=wrap;html=1;" parent="u1fod5ni-31I_dp44Pcm-116" vertex="1">
          <mxGeometry x="30" width="150" height="30" as="geometry">
            <mxRectangle width="150" height="30" as="alternateBounds" />
          </mxGeometry>
        </mxCell>
        <mxCell id="u1fod5ni-31I_dp44Pcm-119" value="" style="shape=tableRow;horizontal=0;startSize=0;swimlaneHead=0;swimlaneBody=0;fillColor=none;collapsible=0;dropTarget=0;points=[[0,0.5],[1,0.5]];portConstraint=eastwest;top=0;left=0;right=0;bottom=0;" parent="u1fod5ni-31I_dp44Pcm-112" vertex="1">
          <mxGeometry y="90" width="180" height="30" as="geometry" />
        </mxCell>
        <mxCell id="u1fod5ni-31I_dp44Pcm-120" value="" style="shape=partialRectangle;connectable=0;fillColor=none;top=0;left=0;bottom=0;right=0;editable=1;overflow=hidden;whiteSpace=wrap;html=1;" parent="u1fod5ni-31I_dp44Pcm-119" vertex="1">
          <mxGeometry width="30" height="30" as="geometry">
            <mxRectangle width="30" height="30" as="alternateBounds" />
          </mxGeometry>
        </mxCell>
        <mxCell id="u1fod5ni-31I_dp44Pcm-121" value="" style="shape=partialRectangle;connectable=0;fillColor=none;top=0;left=0;bottom=0;right=0;align=left;spacingLeft=6;overflow=hidden;whiteSpace=wrap;html=1;" parent="u1fod5ni-31I_dp44Pcm-119" vertex="1">
          <mxGeometry x="30" width="150" height="30" as="geometry">
            <mxRectangle width="150" height="30" as="alternateBounds" />
          </mxGeometry>
        </mxCell>
        <mxCell id="u1fod5ni-31I_dp44Pcm-122" value="" style="shape=tableRow;horizontal=0;startSize=0;swimlaneHead=0;swimlaneBody=0;fillColor=none;collapsible=0;dropTarget=0;points=[[0,0.5],[1,0.5]];portConstraint=eastwest;top=0;left=0;right=0;bottom=0;" parent="u1fod5ni-31I_dp44Pcm-112" vertex="1">
          <mxGeometry y="120" width="180" height="30" as="geometry" />
        </mxCell>
        <mxCell id="u1fod5ni-31I_dp44Pcm-123" value="" style="shape=partialRectangle;connectable=0;fillColor=none;top=0;left=0;bottom=0;right=0;editable=1;overflow=hidden;whiteSpace=wrap;html=1;" parent="u1fod5ni-31I_dp44Pcm-122" vertex="1">
          <mxGeometry width="30" height="30" as="geometry">
            <mxRectangle width="30" height="30" as="alternateBounds" />
          </mxGeometry>
        </mxCell>
        <mxCell id="u1fod5ni-31I_dp44Pcm-124" value="" style="shape=partialRectangle;connectable=0;fillColor=none;top=0;left=0;bottom=0;right=0;align=left;spacingLeft=6;overflow=hidden;whiteSpace=wrap;html=1;" parent="u1fod5ni-31I_dp44Pcm-122" vertex="1">
          <mxGeometry x="30" width="150" height="30" as="geometry">
            <mxRectangle width="150" height="30" as="alternateBounds" />
          </mxGeometry>
        </mxCell>
        <mxCell id="u1fod5ni-31I_dp44Pcm-127" value="Compra" style="shape=partialRectangle;connectable=0;fillColor=none;top=0;left=0;bottom=0;right=0;align=left;spacingLeft=6;fontStyle=5;overflow=hidden;whiteSpace=wrap;html=1;" parent="1" vertex="1">
          <mxGeometry x="677" y="420" width="150" height="30" as="geometry">
            <mxRectangle width="150" height="30" as="alternateBounds" />
          </mxGeometry>
        </mxCell>
        <mxCell id="u1fod5ni-31I_dp44Pcm-128" value="PK" style="shape=partialRectangle;connectable=0;fillColor=none;top=0;left=0;bottom=0;right=0;fontStyle=1;overflow=hidden;whiteSpace=wrap;html=1;" parent="1" vertex="1">
          <mxGeometry x="647" y="420" width="30" height="30" as="geometry">
            <mxRectangle width="30" height="30" as="alternateBounds" />
          </mxGeometry>
        </mxCell>
        <mxCell id="u1fod5ni-31I_dp44Pcm-129" value="" style="edgeStyle=entityRelationEdgeStyle;fontSize=12;html=1;endArrow=ERoneToMany;rounded=0;exitX=0;exitY=0.5;exitDx=0;exitDy=0;entryX=1;entryY=0.5;entryDx=0;entryDy=0;" parent="1" source="u1fod5ni-31I_dp44Pcm-116" target="u1fod5ni-31I_dp44Pcm-83" edge="1">
          <mxGeometry width="100" height="100" relative="1" as="geometry">
            <mxPoint x="827" y="603.5" as="sourcePoint" />
            <mxPoint x="991" y="386.5" as="targetPoint" />
          </mxGeometry>
        </mxCell>
        <mxCell id="u1fod5ni-31I_dp44Pcm-144" value="QtdEstoque" style="shape=partialRectangle;connectable=0;fillColor=none;top=0;left=0;bottom=0;right=0;align=left;spacingLeft=6;overflow=hidden;whiteSpace=wrap;html=1;" parent="1" vertex="1">
          <mxGeometry x="310" y="490" width="150" height="30" as="geometry">
            <mxRectangle width="150" height="30" as="alternateBounds" />
          </mxGeometry>
        </mxCell>
        <mxCell id="u1fod5ni-31I_dp44Pcm-145" value="Tamanho" style="shape=partialRectangle;connectable=0;fillColor=none;top=0;left=0;bottom=0;right=0;align=left;spacingLeft=6;overflow=hidden;whiteSpace=wrap;html=1;" parent="1" vertex="1">
          <mxGeometry x="310" y="520" width="150" height="30" as="geometry">
            <mxRectangle width="150" height="30" as="alternateBounds" />
          </mxGeometry>
        </mxCell>
        <mxCell id="ZBcgt9QzdJNg2zqEKxbS-1" value="FK" style="shape=partialRectangle;connectable=0;fillColor=none;top=0;left=0;bottom=0;right=0;fontStyle=1;overflow=hidden;whiteSpace=wrap;html=1;" parent="1" vertex="1">
          <mxGeometry x="1085" y="420" width="30" height="30" as="geometry">
            <mxRectangle width="30" height="30" as="alternateBounds" />
          </mxGeometry>
        </mxCell>
        <mxCell id="ZBcgt9QzdJNg2zqEKxbS-2" value="Usuario" style="shape=partialRectangle;connectable=0;fillColor=none;top=0;left=0;bottom=0;right=0;align=left;spacingLeft=6;fontStyle=5;overflow=hidden;whiteSpace=wrap;html=1;" parent="1" vertex="1">
          <mxGeometry x="1115" y="420" width="150" height="30" as="geometry">
            <mxRectangle width="150" height="30" as="alternateBounds" />
          </mxGeometry>
        </mxCell>
-         <mxCell id="aYXklOrKJjhHnDC4YoNr-1" value="Genero" style="shape=partialRectangle;connectable=0;fillColor=none;top=0;left=0;bottom=0;right=0;align=left;spacingLeft=6;overflow=hidden;whiteSpace=wrap;html=1;" vertex="1" parent="1">
+         <mxCell id="aYXklOrKJjhHnDC4YoNr-1" value="Genero" style="shape=partialRectangle;connectable=0;fillColor=none;top=0;left=0;bottom=0;right=0;align=left;spacingLeft=6;overflow=hidden;whiteSpace=wrap;html=1;" parent="1" vertex="1">
          <mxGeometry x="310" y="550" width="150" height="30" as="geometry">
            <mxRectangle width="150" height="30" as="alternateBounds" />
          </mxGeometry>
        </mxCell>
-         <mxCell id="aYXklOrKJjhHnDC4YoNr-2" value="Camisetas, shorts, tênis, blusa, etc" style="text;html=1;align=center;verticalAlign=middle;whiteSpace=wrap;rounded=0;" vertex="1" parent="1">
+         <mxCell id="aYXklOrKJjhHnDC4YoNr-2" value="Camisetas, shorts, tênis, blusa, etc" style="text;html=1;align=center;verticalAlign=middle;whiteSpace=wrap;rounded=0;" parent="1" vertex="1">
          <mxGeometry x="-320" y="310" width="110" height="50" as="geometry" />
        </mxCell>
-         <mxCell id="aYXklOrKJjhHnDC4YoNr-6" value="ehInfantil" style="shape=partialRectangle;connectable=0;fillColor=none;top=0;left=0;bottom=0;right=0;align=left;spacingLeft=6;overflow=hidden;whiteSpace=wrap;html=1;" vertex="1" parent="1">
+         <mxCell id="aYXklOrKJjhHnDC4YoNr-6" value="ehInfantil" style="shape=partialRectangle;connectable=0;fillColor=none;top=0;left=0;bottom=0;right=0;align=left;spacingLeft=6;overflow=hidden;whiteSpace=wrap;html=1;" parent="1" vertex="1">
          <mxGeometry x="310" y="580" width="150" height="30" as="geometry">
+             <mxRectangle width="150" height="30" as="alternateBounds" />
+           </mxGeometry>
+         </mxCell>
+         <mxCell id="_FUizpZ6gqoqeRaOgz4b-1" value="url" style="shape=partialRectangle;connectable=0;fillColor=none;top=0;left=0;bottom=0;right=0;align=left;spacingLeft=6;overflow=hidden;whiteSpace=wrap;html=1;" parent="1" vertex="1">
+           <mxGeometry x="310" y="200" width="150" height="30" as="geometry">
+             <mxRectangle width="150" height="30" as="alternateBounds" />
+           </mxGeometry>
+         </mxCell>
+         <mxCell id="_FUizpZ6gqoqeRaOgz4b-2" value="DescricaoSimples" style="shape=partialRectangle;connectable=0;fillColor=none;top=0;left=0;bottom=0;right=0;align=left;spacingLeft=6;overflow=hidden;whiteSpace=wrap;html=1;" parent="1" vertex="1">
+           <mxGeometry x="310" y="610" width="150" height="30" as="geometry">
+             <mxRectangle width="150" height="30" as="alternateBounds" />
+           </mxGeometry>
+         </mxCell>
+         <mxCell id="_FUizpZ6gqoqeRaOgz4b-3" value="ImagemBase64" style="shape=partialRectangle;connectable=0;fillColor=none;top=0;left=0;bottom=0;right=0;align=left;spacingLeft=6;overflow=hidden;whiteSpace=wrap;html=1;" parent="1" vertex="1">
+           <mxGeometry x="-360" y="440" width="150" height="30" as="geometry">
+             <mxRectangle width="150" height="30" as="alternateBounds" />
+           </mxGeometry>
+         </mxCell>
+         <mxCell id="5rj9v-pZyhYVLY5CAgiF-1" value="Marca" style="shape=partialRectangle;connectable=0;fillColor=none;top=0;left=0;bottom=0;right=0;align=left;spacingLeft=6;overflow=hidden;whiteSpace=wrap;html=1;" vertex="1" parent="1">
+           <mxGeometry x="310" y="640" width="150" height="30" as="geometry">
            <mxRectangle width="150" height="30" as="alternateBounds" />
          </mxGeometry>
        </mxCell>
      </root>
    </mxGraphModel>
  </diagram>
</mxfile>
